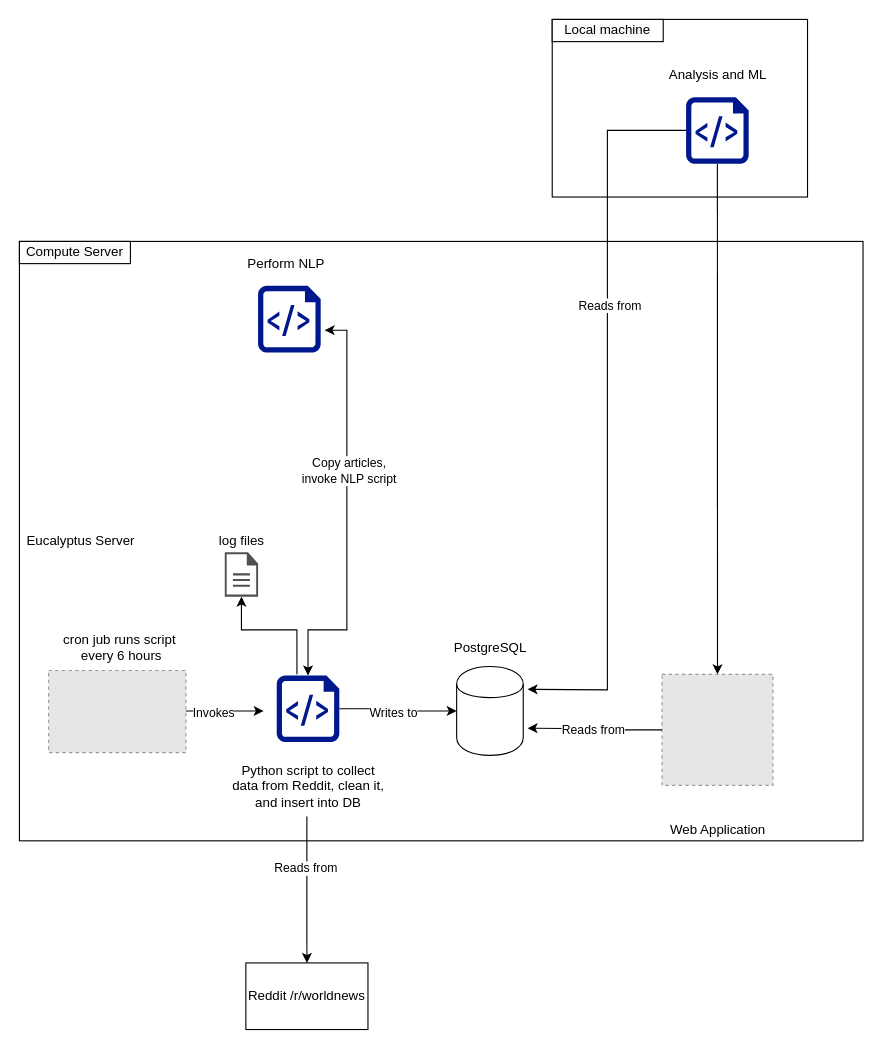
This is Data Collection Pipeline.drawio from MarkyMan4/capstone-planning, a draw.io file, before an edit. Source tidied: cells renumbered, new cells numbered last; positions are measured from the earlier drawing's top-left corner, leaving out a move shared by most shapes. Both pictures are drawn from the tidied source at 111%, with x=0, y=0 at pixel (19, 19). Pictures stored in the file or linked from it are replaced by grey dashed boxes.
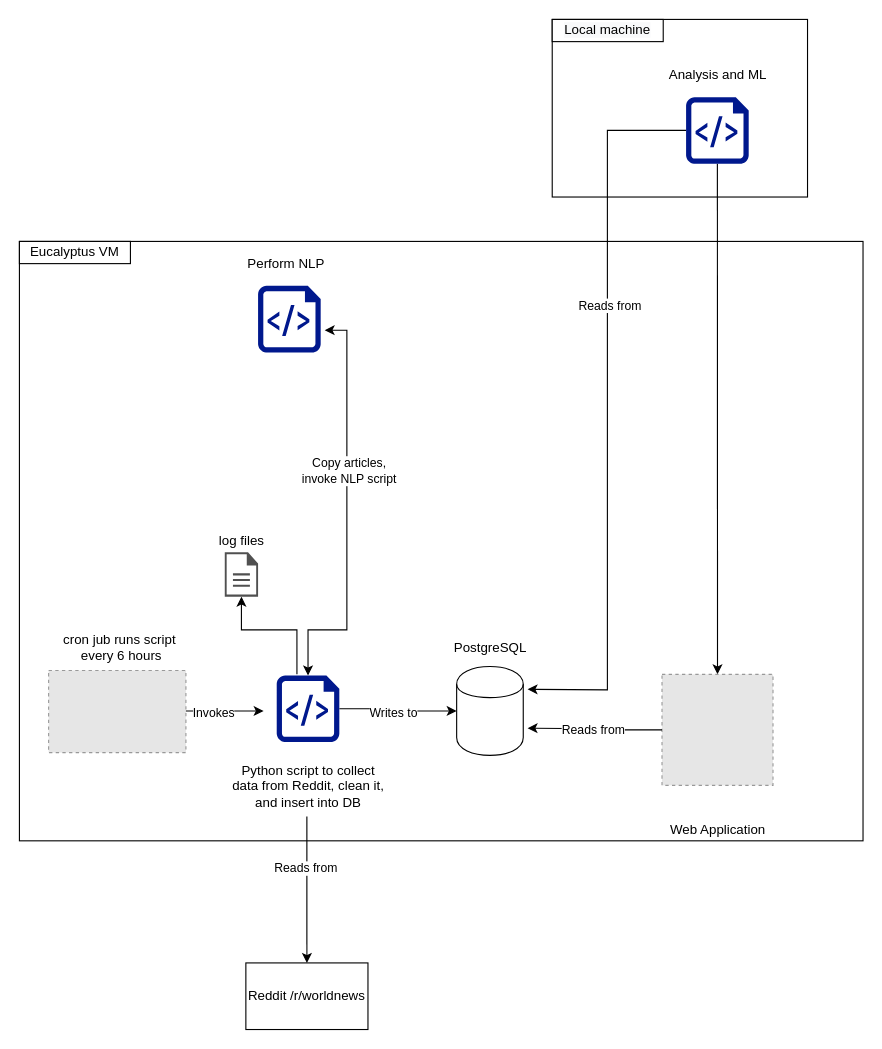
The same page after the edit.

Change to the diagram source:
```diff
@@
-    <mxCell id="15" value="Eucalyptus Server" style="text;html=1;align=center;verticalAlign=middle;" parent="1" vertex="1">
-      <mxGeometry y="460" width="110" height="20" as="geometry" />
-    </mxCell>
@@
-    <mxCell id="34" value="&lt;span style=&quot;color: rgb(0, 0, 0); font-family: helvetica; font-size: 12px; font-style: normal; font-weight: 400; letter-spacing: normal; text-align: center; text-indent: 0px; text-transform: none; word-spacing: 0px; background-color: rgb(248, 249, 250); display: inline; float: none;&quot;&gt;Compute Server&lt;/span&gt;" style="rounded=0;whiteSpace=wrap;html=1;" parent="1" vertex="1">
+    <mxCell id="34" value="&lt;span&gt;Eucalyptus VM&lt;/span&gt;" style="rounded=0;whiteSpace=wrap;html=1;" parent="1" vertex="1">
       <mxGeometry y="200" width="100" height="20" as="geometry" />
     </mxCell>
```
